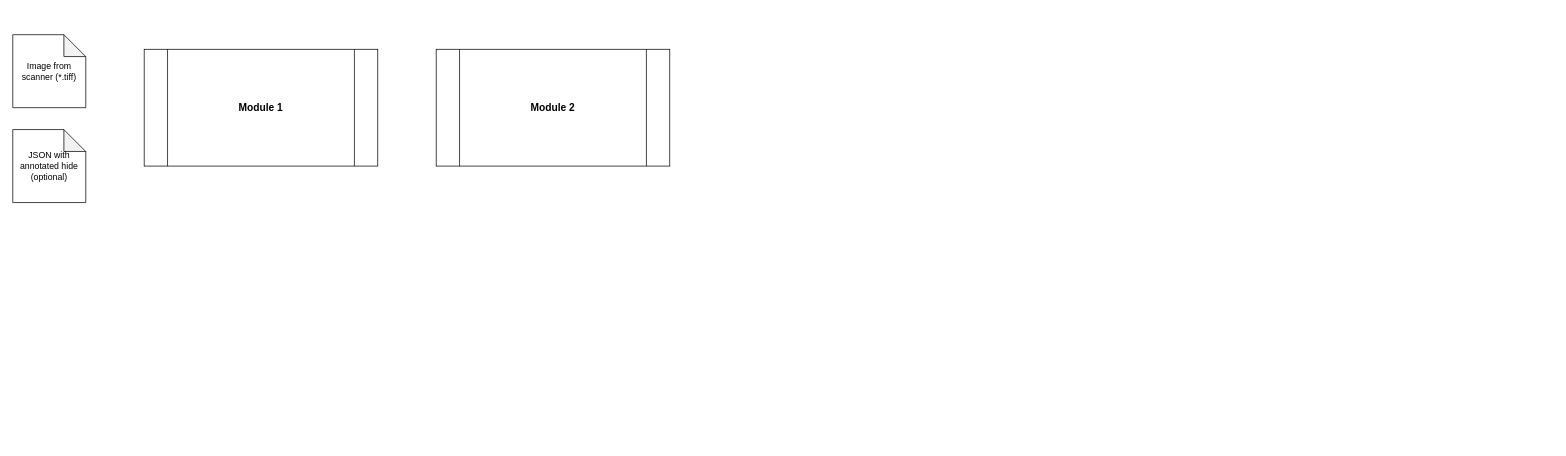
Before: new_pipeline.drawio in Mike335207/work, a draw.io diagram. Source tidied: cells renumbered, new cells numbered last; positions are measured from the earlier drawing's top-left corner, leaving out a move shared by most shapes. Both pictures are drawn from the tidied source at 73%, with x=0, y=0 at pixel (12, 34).
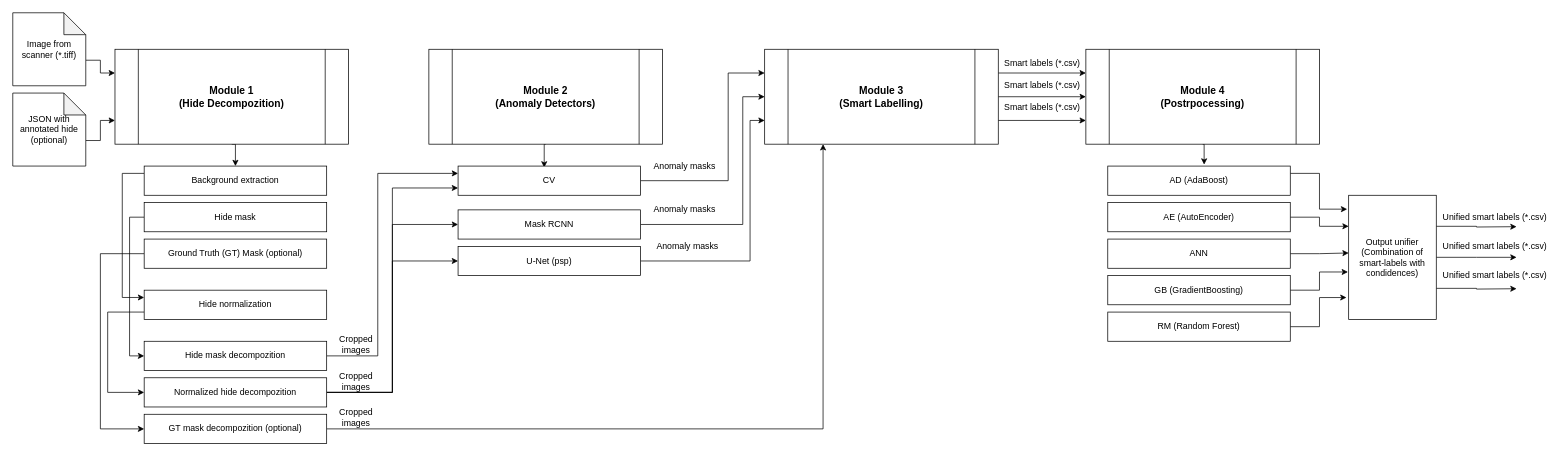
After the change.

Change to the diagram source:
```diff
@@
+    <mxCell id="6" style="edgeStyle=orthogonalEdgeStyle;rounded=0;jettySize=auto;html=1;exitX=0.5;exitY=1;exitDx=0;exitDy=0;entryX=0.5;entryY=0;entryDx=0;entryDy=0;" parent="1" edge="1" source="2" target="11">
+      <mxGeometry relative="1" as="geometry" />
+    </mxCell>
-    <mxCell id="2" value="&lt;font style=&quot;font-size: 14px&quot;&gt;Module 1&lt;/font&gt;" style="shape=process;whiteSpace=wrap;html=1;backgroundOutline=1;fontStyle=1;" parent="1" vertex="1">
-      <mxGeometry x="180" y="20" width="320" height="160" as="geometry" />
+    <mxCell id="2" value="&lt;font style=&quot;font-size: 14px&quot;&gt;Module 1&lt;br&gt;(Hide Decompozition)&lt;br&gt;&lt;/font&gt;" style="shape=process;whiteSpace=wrap;html=1;backgroundOutline=1;fontStyle=1;" parent="1" vertex="1">
+      <mxGeometry x="140" y="20" width="320" height="130" as="geometry" />
     </mxCell>
+    <mxCell id="7" style="edgeStyle=orthogonalEdgeStyle;rounded=0;jettySize=auto;html=1;exitX=0.5;exitY=1;exitDx=0;exitDy=0;entryX=0.472;entryY=0.05;entryDx=0;entryDy=0;entryPerimeter=0;" parent="1" edge="1" source="3" target="27">
+      <mxGeometry relative="1" as="geometry" />
+    </mxCell>
-    <mxCell id="3" value="&lt;font style=&quot;font-size: 14px&quot;&gt;Module 2&lt;/font&gt;" style="shape=process;whiteSpace=wrap;html=1;backgroundOutline=1;fontStyle=1;" parent="1" vertex="1">
-      <mxGeometry x="580" y="20" width="320" height="160" as="geometry" />
+    <mxCell id="3" value="&lt;font style=&quot;font-size: 14px&quot;&gt;Module 2&lt;br&gt;(Anomaly Detectors)&lt;br&gt;&lt;/font&gt;" style="shape=process;whiteSpace=wrap;html=1;backgroundOutline=1;fontStyle=1;" parent="1" vertex="1">
+      <mxGeometry x="570" y="20" width="320" height="130" as="geometry" />
     </mxCell>
+    <mxCell id="8" style="edgeStyle=orthogonalEdgeStyle;rounded=0;jettySize=auto;html=1;exitX=0;exitY=0;exitDx=100;exitDy=65;exitPerimeter=0;entryX=0;entryY=0.25;entryDx=0;entryDy=0;" parent="1" edge="1" source="4" target="2">
+      <mxGeometry relative="1" as="geometry" />
+    </mxCell>
     <mxCell id="4" value="Image from scanner (*.tiff)" style="shape=note;whiteSpace=wrap;html=1;backgroundOutline=1;darkOpacity=0.05;" parent="1" vertex="1">
-      <mxGeometry width="100" height="100" as="geometry" />
+      <mxGeometry y="-30" width="100" height="100" as="geometry" />
     </mxCell>
+    <mxCell id="9" style="edgeStyle=orthogonalEdgeStyle;rounded=0;jettySize=auto;html=1;exitX=0;exitY=0;exitDx=100;exitDy=65;exitPerimeter=0;entryX=0;entryY=0.75;entryDx=0;entryDy=0;" parent="1" edge="1" source="5" target="2">
+      <mxGeometry relative="1" as="geometry" />
+    </mxCell>
     <mxCell id="5" value="JSON with annotated hide (optional)" style="shape=note;whiteSpace=wrap;html=1;backgroundOutline=1;darkOpacity=0.05;" parent="1" vertex="1">
-      <mxGeometry y="130" width="100" height="100" as="geometry" />
+      <mxGeometry y="80" width="100" height="100" as="geometry" />
     </mxCell>
+    <mxCell id="10" style="edgeStyle=orthogonalEdgeStyle;rounded=0;jettySize=auto;html=1;exitX=0;exitY=0.25;exitDx=0;exitDy=0;entryX=0;entryY=0.25;entryDx=0;entryDy=0;" parent="1" edge="1" source="11" target="17">
+      <mxGeometry relative="1" as="geometry">
+        <Array as="points">
+          <mxPoint x="150" y="190" />
+          <mxPoint x="150" y="360" />
+        </Array>
+      </mxGeometry>
+    </mxCell>
+    <mxCell id="11" value="Background extraction" style="rounded=0;whiteSpace=wrap;html=1;" parent="1" vertex="1">
+      <mxGeometry x="180" y="180" width="250" height="40" as="geometry" />
+    </mxCell>
+    <mxCell id="12" style="edgeStyle=orthogonalEdgeStyle;rounded=0;jettySize=auto;html=1;exitX=0;exitY=0.5;exitDx=0;exitDy=0;entryX=0;entryY=0.5;entryDx=0;entryDy=0;" parent="1" edge="1" source="13" target="23">
+      <mxGeometry relative="1" as="geometry" />
+    </mxCell>
+    <mxCell id="13" value="Hide mask" style="rounded=0;whiteSpace=wrap;html=1;" parent="1" vertex="1">
+      <mxGeometry x="180" y="230" width="250" height="40" as="geometry" />
+    </mxCell>
+    <mxCell id="14" style="edgeStyle=orthogonalEdgeStyle;rounded=0;jettySize=auto;html=1;exitX=0;exitY=0.5;exitDx=0;exitDy=0;entryX=0;entryY=0.5;entryDx=0;entryDy=0;" parent="1" edge="1" source="15" target="25">
+      <mxGeometry relative="1" as="geometry">
+        <Array as="points">
+          <mxPoint x="120" y="300" />
+          <mxPoint x="120" y="540" />
+        </Array>
+      </mxGeometry>
+    </mxCell>
+    <mxCell id="15" value="Ground Truth (GT) Mask (optional)" style="rounded=0;whiteSpace=wrap;html=1;" parent="1" vertex="1">
+      <mxGeometry x="180" y="280" width="250" height="40" as="geometry" />
+    </mxCell>
+    <mxCell id="16" style="edgeStyle=orthogonalEdgeStyle;rounded=0;jettySize=auto;html=1;exitX=0;exitY=0.75;exitDx=0;exitDy=0;entryX=0;entryY=0.5;entryDx=0;entryDy=0;" parent="1" edge="1" source="17" target="21">
+      <mxGeometry relative="1" as="geometry">
+        <Array as="points">
+          <mxPoint x="130" y="380" />
+          <mxPoint x="130" y="490" />
+        </Array>
+      </mxGeometry>
+    </mxCell>
+    <mxCell id="17" value="Hide normalization" style="rounded=0;whiteSpace=wrap;html=1;" parent="1" vertex="1">
+      <mxGeometry x="180" y="350" width="250" height="40" as="geometry" />
+    </mxCell>
+    <mxCell id="18" style="edgeStyle=orthogonalEdgeStyle;rounded=0;jettySize=auto;html=1;exitX=1;exitY=0.5;exitDx=0;exitDy=0;entryX=0;entryY=0.75;entryDx=0;entryDy=0;" parent="1" edge="1" source="21" target="27">
+      <mxGeometry relative="1" as="geometry" />
+    </mxCell>
+    <mxCell id="19" style="edgeStyle=orthogonalEdgeStyle;rounded=0;jettySize=auto;html=1;exitX=1;exitY=0.5;exitDx=0;exitDy=0;entryX=0;entryY=0.5;entryDx=0;entryDy=0;" parent="1" edge="1" source="21" target="29">
+      <mxGeometry relative="1" as="geometry" />
+    </mxCell>
+    <mxCell id="20" style="edgeStyle=orthogonalEdgeStyle;rounded=0;jettySize=auto;html=1;exitX=1;exitY=0.5;exitDx=0;exitDy=0;entryX=0;entryY=0.5;entryDx=0;entryDy=0;" parent="1" edge="1" source="21" target="31">
+      <mxGeometry relative="1" as="geometry" />
+    </mxCell>
+    <mxCell id="21" value="Normalized hide decompozition" style="rounded=0;whiteSpace=wrap;html=1;" parent="1" vertex="1">
+      <mxGeometry x="180" y="470" width="250" height="40" as="geometry" />
+    </mxCell>
+    <mxCell id="22" style="edgeStyle=orthogonalEdgeStyle;rounded=0;jettySize=auto;html=1;exitX=1;exitY=0.5;exitDx=0;exitDy=0;entryX=0;entryY=0.25;entryDx=0;entryDy=0;" parent="1" edge="1" source="23" target="27">
+      <mxGeometry relative="1" as="geometry">
+        <Array as="points">
+          <mxPoint x="500" y="440" />
+          <mxPoint x="500" y="190" />
+        </Array>
+      </mxGeometry>
+    </mxCell>
+    <mxCell id="23" value="Hide mask decompozition" style="rounded=0;whiteSpace=wrap;html=1;" parent="1" vertex="1">
+      <mxGeometry x="180" y="420" width="250" height="40" as="geometry" />
+    </mxCell>
+    <mxCell id="24" style="edgeStyle=orthogonalEdgeStyle;rounded=0;jettySize=auto;html=1;exitX=1;exitY=0.5;exitDx=0;exitDy=0;entryX=0.25;entryY=1;entryDx=0;entryDy=0;" parent="1" edge="1" source="25" target="35">
+      <mxGeometry relative="1" as="geometry" />
+    </mxCell>
+    <mxCell id="25" value="GT mask decompozition (optional)" style="rounded=0;whiteSpace=wrap;html=1;" parent="1" vertex="1">
+      <mxGeometry x="180" y="520" width="250" height="40" as="geometry" />
+    </mxCell>
+    <mxCell id="26" style="edgeStyle=orthogonalEdgeStyle;rounded=0;jettySize=auto;html=1;exitX=1;exitY=0.5;exitDx=0;exitDy=0;entryX=0;entryY=0.25;entryDx=0;entryDy=0;" parent="1" edge="1" source="27" target="35">
+      <mxGeometry relative="1" as="geometry">
+        <Array as="points">
+          <mxPoint x="980" y="200" />
+          <mxPoint x="980" y="53" />
+        </Array>
+      </mxGeometry>
+    </mxCell>
+    <mxCell id="27" value="CV" style="rounded=0;whiteSpace=wrap;html=1;" parent="1" vertex="1">
+      <mxGeometry x="610" y="180" width="250" height="40" as="geometry" />
+    </mxCell>
+    <mxCell id="28" style="edgeStyle=orthogonalEdgeStyle;rounded=0;jettySize=auto;html=1;exitX=1;exitY=0.5;exitDx=0;exitDy=0;entryX=0;entryY=0.5;entryDx=0;entryDy=0;" parent="1" edge="1" source="29" target="35">
+      <mxGeometry relative="1" as="geometry">
+        <Array as="points">
+          <mxPoint x="1000" y="260" />
+          <mxPoint x="1000" y="85" />
+        </Array>
+      </mxGeometry>
+    </mxCell>
+    <mxCell id="29" value="Mask RCNN" style="rounded=0;whiteSpace=wrap;html=1;" parent="1" vertex="1">
+      <mxGeometry x="610" y="240" width="250" height="40" as="geometry" />
+    </mxCell>
+    <mxCell id="30" style="edgeStyle=orthogonalEdgeStyle;rounded=0;jettySize=auto;html=1;exitX=1;exitY=0.5;exitDx=0;exitDy=0;entryX=0;entryY=0.75;entryDx=0;entryDy=0;" parent="1" edge="1" source="31" target="35">
+      <mxGeometry relative="1" as="geometry">
+        <Array as="points">
+          <mxPoint x="1010" y="310" />
+          <mxPoint x="1010" y="118" />
+        </Array>
+      </mxGeometry>
+    </mxCell>
+    <mxCell id="31" value="U-Net (psp)" style="rounded=0;whiteSpace=wrap;html=1;" parent="1" vertex="1">
+      <mxGeometry x="610" y="290" width="250" height="40" as="geometry" />
+    </mxCell>
+    <mxCell id="32" style="edgeStyle=orthogonalEdgeStyle;rounded=0;jettySize=auto;html=1;exitX=1;exitY=0.25;exitDx=0;exitDy=0;entryX=0;entryY=0.25;entryDx=0;entryDy=0;" parent="1" edge="1" source="35" target="37">
+      <mxGeometry relative="1" as="geometry" />
+    </mxCell>
+    <mxCell id="33" style="edgeStyle=orthogonalEdgeStyle;rounded=0;jettySize=auto;html=1;exitX=1;exitY=0.5;exitDx=0;exitDy=0;entryX=0;entryY=0.5;entryDx=0;entryDy=0;" parent="1" edge="1" source="35" target="37">
+      <mxGeometry relative="1" as="geometry" />
+    </mxCell>
+    <mxCell id="34" style="edgeStyle=orthogonalEdgeStyle;rounded=0;jettySize=auto;html=1;exitX=1;exitY=0.75;exitDx=0;exitDy=0;entryX=0;entryY=0.75;entryDx=0;entryDy=0;" parent="1" edge="1" source="35" target="37">
+      <mxGeometry relative="1" as="geometry" />
+    </mxCell>
+    <mxCell id="35" value="&lt;font style=&quot;font-size: 14px&quot;&gt;Module 3&lt;br&gt;(Smart Labelling)&lt;br&gt;&lt;/font&gt;" style="shape=process;whiteSpace=wrap;html=1;backgroundOutline=1;fontStyle=1;" parent="1" vertex="1">
+      <mxGeometry x="1030" y="20" width="320" height="130" as="geometry" />
+    </mxCell>
+    <mxCell id="36" style="edgeStyle=orthogonalEdgeStyle;rounded=0;jettySize=auto;html=1;exitX=0.5;exitY=1;exitDx=0;exitDy=0;entryX=0.528;entryY=-0.05;entryDx=0;entryDy=0;entryPerimeter=0;" parent="1" edge="1" source="37" target="39">
+      <mxGeometry relative="1" as="geometry" />
+    </mxCell>
+    <mxCell id="37" value="&lt;font style=&quot;font-size: 14px&quot;&gt;Module 4&lt;br&gt;(Postrpocessing)&lt;br&gt;&lt;/font&gt;" style="shape=process;whiteSpace=wrap;html=1;backgroundOutline=1;fontStyle=1;" parent="1" vertex="1">
+      <mxGeometry x="1470" y="20" width="320" height="130" as="geometry" />
+    </mxCell>
+    <mxCell id="38" style="edgeStyle=orthogonalEdgeStyle;rounded=0;jettySize=auto;html=1;exitX=1;exitY=0.25;exitDx=0;exitDy=0;entryX=-0.017;entryY=0.112;entryDx=0;entryDy=0;entryPerimeter=0;" parent="1" edge="1" source="39" target="51">
+      <mxGeometry relative="1" as="geometry" />
+    </mxCell>
+    <mxCell id="39" value="AD (AdaBoost)" style="rounded=0;whiteSpace=wrap;html=1;" parent="1" vertex="1">
+      <mxGeometry x="1500" y="180" width="250" height="40" as="geometry" />
+    </mxCell>
+    <mxCell id="40" style="edgeStyle=orthogonalEdgeStyle;rounded=0;jettySize=auto;html=1;exitX=1;exitY=0.5;exitDx=0;exitDy=0;entryX=0;entryY=0.25;entryDx=0;entryDy=0;" parent="1" edge="1" source="41" target="51">
+      <mxGeometry relative="1" as="geometry" />
+    </mxCell>
+    <mxCell id="41" value="AE (AutoEncoder)" style="rounded=0;whiteSpace=wrap;html=1;" parent="1" vertex="1">
+      <mxGeometry x="1500" y="230" width="250" height="40" as="geometry" />
+    </mxCell>
+    <mxCell id="42" style="edgeStyle=orthogonalEdgeStyle;rounded=0;jettySize=auto;html=1;exitX=1;exitY=0.5;exitDx=0;exitDy=0;entryX=0;entryY=0.465;entryDx=0;entryDy=0;entryPerimeter=0;" parent="1" edge="1" source="43" target="51">
+      <mxGeometry relative="1" as="geometry" />
+    </mxCell>
+    <mxCell id="43" value="ANN" style="rounded=0;whiteSpace=wrap;html=1;" parent="1" vertex="1">
+      <mxGeometry x="1500" y="280" width="250" height="40" as="geometry" />
+    </mxCell>
+    <mxCell id="44" style="edgeStyle=orthogonalEdgeStyle;rounded=0;jettySize=auto;html=1;exitX=1;exitY=0.5;exitDx=0;exitDy=0;entryX=-0.008;entryY=0.618;entryDx=0;entryDy=0;entryPerimeter=0;" parent="1" edge="1" source="45" target="51">
+      <mxGeometry relative="1" as="geometry" />
+    </mxCell>
+    <mxCell id="45" value="GB (GradientBoosting)" style="rounded=0;whiteSpace=wrap;html=1;" parent="1" vertex="1">
+      <mxGeometry x="1500" y="330" width="250" height="40" as="geometry" />
+    </mxCell>
+    <mxCell id="46" style="edgeStyle=orthogonalEdgeStyle;rounded=0;jettySize=auto;html=1;exitX=1;exitY=0.5;exitDx=0;exitDy=0;entryX=-0.025;entryY=0.824;entryDx=0;entryDy=0;entryPerimeter=0;" parent="1" edge="1" source="47" target="51">
+      <mxGeometry relative="1" as="geometry" />
+    </mxCell>
+    <mxCell id="47" value="RM (Random Forest)" style="rounded=0;whiteSpace=wrap;html=1;" parent="1" vertex="1">
+      <mxGeometry x="1500" y="380" width="250" height="40" as="geometry" />
+    </mxCell>
+    <mxCell id="48" style="edgeStyle=orthogonalEdgeStyle;rounded=0;jettySize=auto;html=1;exitX=1;exitY=0.25;exitDx=0;exitDy=0;" parent="1" edge="1" source="51">
+      <mxGeometry relative="1" as="geometry">
+        <mxPoint x="2060" y="263" as="targetPoint" />
+      </mxGeometry>
+    </mxCell>
+    <mxCell id="49" style="edgeStyle=orthogonalEdgeStyle;rounded=0;jettySize=auto;html=1;exitX=1;exitY=0.5;exitDx=0;exitDy=0;" parent="1" edge="1" source="51">
+      <mxGeometry relative="1" as="geometry">
+        <mxPoint x="2060" y="305" as="targetPoint" />
+      </mxGeometry>
+    </mxCell>
+    <mxCell id="50" style="edgeStyle=orthogonalEdgeStyle;rounded=0;jettySize=auto;html=1;exitX=1;exitY=0.75;exitDx=0;exitDy=0;" parent="1" edge="1" source="51">
+      <mxGeometry relative="1" as="geometry">
+        <mxPoint x="2060" y="348" as="targetPoint" />
+      </mxGeometry>
+    </mxCell>
+    <mxCell id="51" value="Output unifier&lt;br&gt;(Combination of smart-labels with condidences)" style="rounded=0;whiteSpace=wrap;html=1;" parent="1" vertex="1">
+      <mxGeometry x="1830" y="220" width="120" height="170" as="geometry" />
+    </mxCell>
+    <mxCell id="52" value="Cropped &lt;br&gt;images" style="text;html=1;align=center;verticalAlign=middle;strokeColor=none;" parent="1" vertex="1">
+      <mxGeometry x="440" y="410" width="60" height="30" as="geometry" />
+    </mxCell>
+    <mxCell id="53" value="Cropped &lt;br&gt;images" style="text;html=1;align=center;verticalAlign=middle;strokeColor=none;" parent="1" vertex="1">
+      <mxGeometry x="440" y="460" width="60" height="30" as="geometry" />
+    </mxCell>
+    <mxCell id="54" value="Cropped &lt;br&gt;images" style="text;html=1;align=center;verticalAlign=middle;strokeColor=none;" parent="1" vertex="1">
+      <mxGeometry x="440" y="510" width="60" height="30" as="geometry" />
+    </mxCell>
+    <mxCell id="55" value="Anomaly masks" style="text;html=1;align=center;verticalAlign=middle;strokeColor=none;" parent="1" vertex="1">
+      <mxGeometry x="870" y="170" width="100" height="20" as="geometry" />
+    </mxCell>
+    <mxCell id="56" value="Anomaly masks" style="text;html=1;align=center;verticalAlign=middle;strokeColor=none;" parent="1" vertex="1">
+      <mxGeometry x="870" y="230" width="100" height="20" as="geometry" />
+    </mxCell>
+    <mxCell id="57" value="Anomaly masks" style="text;html=1;align=center;verticalAlign=middle;strokeColor=none;" parent="1" vertex="1">
+      <mxGeometry x="874" y="280" width="100" height="20" as="geometry" />
+    </mxCell>
+    <mxCell id="58" value="Smart labels (*.csv)" style="text;html=1;align=center;verticalAlign=middle;strokeColor=none;" parent="1" vertex="1">
+      <mxGeometry x="1350" y="30" width="120" height="20" as="geometry" />
+    </mxCell>
+    <mxCell id="59" value="Smart labels (*.csv)" style="text;html=1;align=center;verticalAlign=middle;strokeColor=none;" parent="1" vertex="1">
+      <mxGeometry x="1350" y="60" width="120" height="20" as="geometry" />
+    </mxCell>
+    <mxCell id="60" value="Smart labels (*.csv)" style="text;html=1;align=center;verticalAlign=middle;strokeColor=none;" parent="1" vertex="1">
+      <mxGeometry x="1350" y="90" width="120" height="20" as="geometry" />
+    </mxCell>
+    <mxCell id="61" value="Unified smart labels (*.csv)" style="text;html=1;align=center;verticalAlign=middle;strokeColor=none;" parent="1" vertex="1">
+      <mxGeometry x="1950" y="240" width="160" height="20" as="geometry" />
+    </mxCell>
+    <mxCell id="62" value="Unified smart labels (*.csv)" style="text;html=1;align=center;verticalAlign=middle;strokeColor=none;" parent="1" vertex="1">
+      <mxGeometry x="1950" y="280" width="160" height="20" as="geometry" />
+    </mxCell>
+    <mxCell id="63" value="Unified smart labels (*.csv)" style="text;html=1;align=center;verticalAlign=middle;strokeColor=none;" parent="1" vertex="1">
+      <mxGeometry x="1950" y="320" width="160" height="20" as="geometry" />
+    </mxCell>
```
